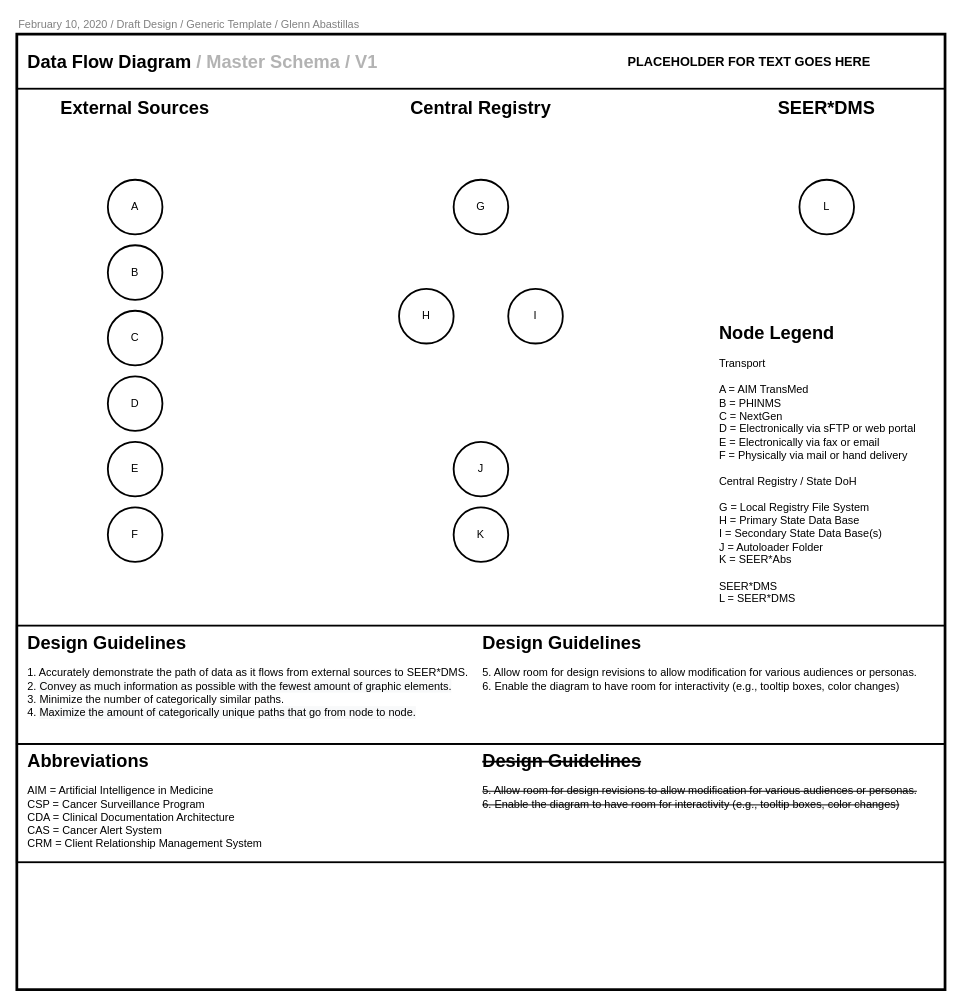
Earlier version of the draw.io diagram ws5/svg/master_schema.drawio (gabastil/nci-seer). Source tidied: cells renumbered, new cells numbered last; positions are measured from the earlier drawing's top-left corner, leaving out a move shared by most shapes. Both pictures are drawn from the tidied source at 91%, with x=0, y=0 at pixel (16, 15).
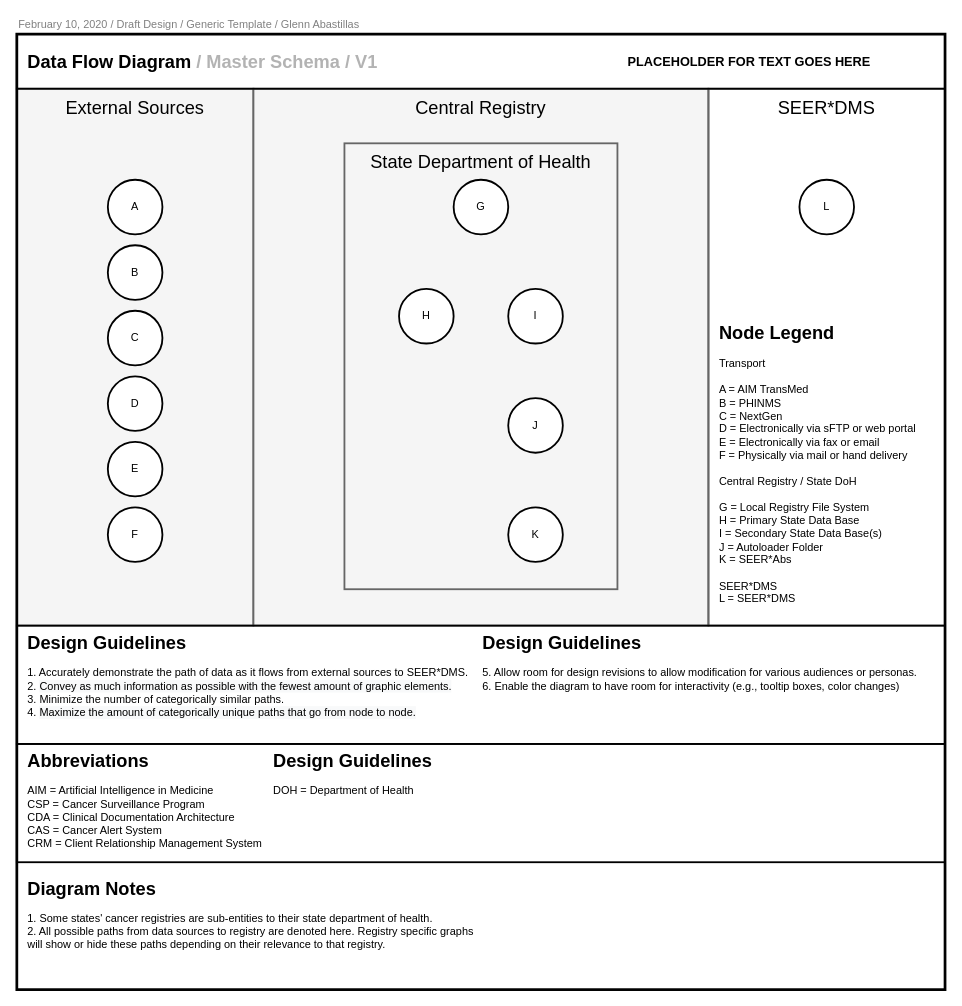
The same page after the edit.

Change to the diagram source:
```diff
@@
+    <mxCell id="30" parent="0" />
+    <mxCell id="31" style="rounded=0;whiteSpace=wrap;html=1;strokeWidth=2;fillColor=#f5f5f5;fontSize=14;align=left;strokeColor=#666666;fontColor=#333333;" parent="30" vertex="1">
+      <mxGeometry y="80" width="260" height="590" as="geometry" />
+    </mxCell>
+    <mxCell id="32" style="rounded=0;whiteSpace=wrap;html=1;strokeWidth=2;fillColor=#f5f5f5;fontSize=14;align=left;strokeColor=#666666;fontColor=#333333;" parent="30" vertex="1">
+      <mxGeometry x="260" y="80" width="500" height="590" as="geometry" />
+    </mxCell>
+    <mxCell id="33" style="rounded=0;whiteSpace=wrap;html=1;strokeWidth=2;fillColor=none;fontSize=14;align=left;strokeColor=#666666;fontColor=#333333;" parent="30" vertex="1">
+      <mxGeometry x="760" y="80" width="260" height="590" as="geometry" />
+    </mxCell>
+    <mxCell id="34" style="rounded=0;whiteSpace=wrap;html=1;strokeWidth=2;fillColor=#f5f5f5;fontSize=14;align=left;strokeColor=#666666;fontColor=#333333;" parent="30" vertex="1">
+      <mxGeometry x="360" y="140" width="300" height="490" as="geometry" />
+    </mxCell>
@@
-    <mxCell id="9" value="External Sources" style="rounded=0;whiteSpace=wrap;html=1;strokeWidth=4;fillColor=none;align=center;fontSize=20;fontStyle=1;strokeColor=none;" parent="1" vertex="1">
+    <mxCell id="9" value="External Sources" style="rounded=0;whiteSpace=wrap;html=1;strokeWidth=4;fillColor=none;align=center;fontSize=20;fontStyle=0;strokeColor=none;" parent="1" vertex="1">
       <mxGeometry y="80" width="260" height="40" as="geometry" />
     </mxCell>
-    <mxCell id="10" value="Central Registry" style="rounded=0;whiteSpace=wrap;html=1;strokeWidth=4;fillColor=none;align=center;fontSize=20;fontStyle=1;strokeColor=none;" parent="1" vertex="1">
+    <mxCell id="10" value="Central Registry" style="rounded=0;whiteSpace=wrap;html=1;strokeWidth=4;fillColor=none;align=center;fontSize=20;fontStyle=0;strokeColor=none;" parent="1" vertex="1">
       <mxGeometry x="260" y="80" width="500" height="40" as="geometry" />
     </mxCell>
-    <mxCell id="11" value="SEER*DMS" style="rounded=0;whiteSpace=wrap;html=1;strokeWidth=4;fillColor=none;align=center;fontSize=20;fontStyle=1;strokeColor=none;" parent="1" vertex="1">
+    <mxCell id="11" value="SEER*DMS" style="rounded=0;whiteSpace=wrap;html=1;strokeWidth=4;fillColor=none;align=center;fontSize=20;fontStyle=0;strokeColor=none;" parent="1" vertex="1">
       <mxGeometry x="760" y="80" width="260" height="40" as="geometry" />
     </mxCell>
@@
     <mxCell id="15" value="&lt;div align=&quot;left&quot; style=&quot;font-size: 20px&quot;&gt;&lt;font style=&quot;font-size: 20px&quot;&gt;&lt;b&gt;Abbreviations&lt;/b&gt;&lt;/font&gt;&lt;/div&gt;&lt;div align=&quot;left&quot; style=&quot;font-size: 12px&quot;&gt;&lt;font style=&quot;font-size: 12px&quot;&gt;&lt;span style=&quot;font-size: 12px&quot;&gt;&lt;br&gt;&lt;/span&gt;&lt;/font&gt;&lt;/div&gt;&lt;div align=&quot;left&quot; style=&quot;font-size: 12px&quot;&gt;&lt;font style=&quot;font-size: 12px&quot;&gt;&lt;span style=&quot;font-size: 12px&quot;&gt;AIM = Artificial Intelligence in Medicine&lt;/span&gt;&lt;/font&gt;&lt;/div&gt;&lt;div align=&quot;left&quot; style=&quot;font-size: 12px&quot;&gt;&lt;font style=&quot;font-size: 12px&quot;&gt;&lt;span style=&quot;font-size: 12px&quot;&gt;CSP = Cancer Surveillance Program&lt;/span&gt;&lt;/font&gt;&lt;/div&gt;&lt;div align=&quot;left&quot; style=&quot;font-size: 12px&quot;&gt;&lt;font style=&quot;font-size: 12px&quot;&gt;&lt;span style=&quot;font-size: 12px&quot;&gt;CDA = Clinical Documentation Architecture&lt;/span&gt;&lt;/font&gt;&lt;/div&gt;&lt;div align=&quot;left&quot; style=&quot;font-size: 12px&quot;&gt;&lt;font style=&quot;font-size: 12px&quot;&gt;&lt;span style=&quot;font-size: 12px&quot;&gt;CAS = Cancer Alert System&lt;/span&gt;&lt;/font&gt;&lt;/div&gt;&lt;div align=&quot;left&quot; style=&quot;font-size: 12px&quot;&gt;&lt;font style=&quot;font-size: 12px&quot;&gt;&lt;span style=&quot;font-size: 12px&quot;&gt;CRM = Client Relationship Management System&lt;/span&gt;&lt;/font&gt;&lt;/div&gt;&lt;div align=&quot;left&quot; style=&quot;font-size: 12px&quot;&gt;&lt;font style=&quot;font-size: 12px&quot;&gt;&lt;span style=&quot;font-size: 12px&quot;&gt;&lt;br&gt;&lt;/span&gt;&lt;/font&gt;&lt;/div&gt;" style="rounded=0;whiteSpace=wrap;html=1;strokeWidth=4;fillColor=none;align=left;fontSize=12;fontStyle=0;strokeColor=none;verticalAlign=top;" parent="1" vertex="1">
-      <mxGeometry x="10" y="800" width="500" height="130" as="geometry" />
+      <mxGeometry x="10" y="800" width="270" height="130" as="geometry" />
     </mxCell>
-    <mxCell id="16" value="&lt;div align=&quot;left&quot; style=&quot;font-size: 20px&quot;&gt;&lt;font color=&quot;transparent&quot; style=&quot;font-size: 20px&quot;&gt;&lt;b&gt;&lt;strike&gt;Design Guidelines&lt;/strike&gt;&lt;/b&gt;&lt;/font&gt;&lt;/div&gt;&lt;div align=&quot;left&quot; style=&quot;font-size: 12px&quot;&gt;&lt;font style=&quot;font-size: 12px&quot;&gt;&lt;span style=&quot;font-size: 12px&quot;&gt;&lt;font color=&quot;transparent&quot;&gt;&lt;/font&gt;&lt;strike&gt;&lt;/strike&gt;&lt;br&gt;&lt;/span&gt;&lt;/font&gt;&lt;/div&gt;&lt;div align=&quot;left&quot; style=&quot;font-size: 12px&quot;&gt;&lt;font style=&quot;font-size: 12px&quot;&gt;&lt;span style=&quot;font-size: 12px&quot;&gt;&lt;strike&gt;5. Allow room for design revisions to allow modification for various audiences or personas.&lt;/strike&gt;&lt;/span&gt;&lt;/font&gt;&lt;/div&gt;&lt;div align=&quot;left&quot; style=&quot;font-size: 12px&quot;&gt;&lt;font style=&quot;font-size: 12px&quot;&gt;&lt;span style=&quot;font-size: 12px&quot;&gt;&lt;strike&gt;6. Enable the diagram to have room for interactivity (e.g., tooltip boxes, color changes)&lt;/strike&gt;&lt;/span&gt;&lt;/font&gt;&lt;br&gt;&lt;/div&gt;&lt;div align=&quot;left&quot; style=&quot;font-size: 12px&quot;&gt;&lt;/div&gt;&lt;div align=&quot;left&quot; style=&quot;font-size: 12px&quot;&gt;&lt;span style=&quot;font-size: 12px&quot;&gt;&lt;/span&gt;&lt;font style=&quot;font-size: 12px&quot;&gt;&lt;/font&gt;&lt;/div&gt;" style="rounded=0;whiteSpace=wrap;html=1;strokeWidth=4;fillColor=none;align=left;fontSize=12;fontStyle=0;strokeColor=none;verticalAlign=top;" parent="1" vertex="1">
-      <mxGeometry x="510" y="800" width="500" height="130" as="geometry" />
+    <mxCell id="16" value="&lt;div align=&quot;left&quot; style=&quot;font-size: 20px&quot;&gt;&lt;font color=&quot;transparent&quot; style=&quot;font-size: 20px&quot;&gt;&lt;b&gt;Design Guidelines&lt;/b&gt;&lt;/font&gt;&lt;/div&gt;&lt;div align=&quot;left&quot; style=&quot;font-size: 12px&quot;&gt;&lt;font style=&quot;font-size: 12px&quot;&gt;&lt;span style=&quot;font-size: 12px&quot;&gt;&lt;font color=&quot;transparent&quot;&gt;&lt;/font&gt;&lt;br&gt;&lt;/span&gt;&lt;/font&gt;&lt;/div&gt;&lt;div align=&quot;left&quot; style=&quot;font-size: 12px&quot;&gt;&lt;font style=&quot;font-size: 12px&quot;&gt;&lt;span style=&quot;font-size: 12px&quot;&gt;DOH = Department of Health&lt;/span&gt;&lt;/font&gt;&lt;/div&gt;&lt;div align=&quot;left&quot; style=&quot;font-size: 12px&quot;&gt;&lt;br&gt;&lt;/div&gt;&lt;div align=&quot;left&quot; style=&quot;font-size: 12px&quot;&gt;&lt;/div&gt;&lt;div align=&quot;left&quot; style=&quot;font-size: 12px&quot;&gt;&lt;span style=&quot;font-size: 12px&quot;&gt;&lt;/span&gt;&lt;font style=&quot;font-size: 12px&quot;&gt;&lt;/font&gt;&lt;/div&gt;" style="rounded=0;whiteSpace=wrap;html=1;strokeWidth=4;fillColor=none;align=left;fontSize=12;fontStyle=0;strokeColor=none;verticalAlign=top;" parent="1" vertex="1">
+      <mxGeometry x="280" y="800" width="320" height="130" as="geometry" />
     </mxCell>
+    <mxCell id="35" value="State Department of Health" style="rounded=0;whiteSpace=wrap;html=1;strokeWidth=4;fillColor=none;align=center;fontSize=20;fontStyle=0;strokeColor=none;" parent="1" vertex="1">
+      <mxGeometry x="260" y="140" width="500" height="40" as="geometry" />
+    </mxCell>
+    <mxCell id="36" value="&lt;div align=&quot;left&quot; style=&quot;font-size: 20px&quot;&gt;&lt;font style=&quot;font-size: 20px&quot;&gt;&lt;b&gt;Diagram Notes&lt;/b&gt;&lt;/font&gt;&lt;/div&gt;&lt;div align=&quot;left&quot; style=&quot;font-size: 12px&quot;&gt;&lt;br&gt;&lt;/div&gt;&lt;div align=&quot;left&quot; style=&quot;font-size: 12px&quot;&gt;1. Some states' cancer registries are sub-entities to their state department of health.&lt;/div&gt;&lt;div align=&quot;left&quot; style=&quot;font-size: 12px&quot;&gt;2. All possible paths from data sources to registry are denoted here. Registry specific graphs will show or hide these paths depending on their relevance to that registry.&lt;/div&gt;" style="rounded=0;whiteSpace=wrap;html=1;strokeWidth=4;fillColor=none;align=left;fontSize=12;fontStyle=0;strokeColor=none;verticalAlign=top;" parent="1" vertex="1">
+      <mxGeometry x="10" y="940" width="500" height="130" as="geometry" />
+    </mxCell>
@@
     <mxCell id="21" value="K" style="ellipse;whiteSpace=wrap;html=1;strokeWidth=2;" parent="17" vertex="1">
-      <mxGeometry x="480" y="540" width="60" height="60" as="geometry" />
+      <mxGeometry x="540" y="540" width="60" height="60" as="geometry" />
     </mxCell>
     <mxCell id="22" value="J" style="ellipse;whiteSpace=wrap;html=1;strokeWidth=2;" parent="17" vertex="1">
-      <mxGeometry x="480" y="468" width="60" height="60" as="geometry" />
+      <mxGeometry x="540" y="420" width="60" height="60" as="geometry" />
     </mxCell>
```
